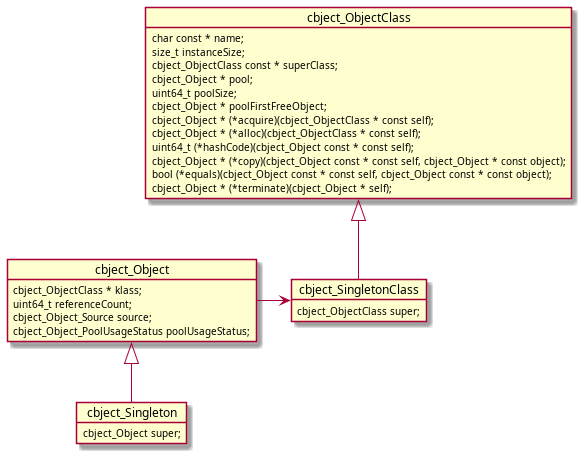
alexmarincu/Cbject keeps this PlantUML diagram as docs/media/diag-singleton.png. Above is the earlier version. The source it was exported from:
```plantuml
@startuml
object cbject_Singleton {
    cbject_Object super;
}
object cbject_SingletonClass {
    cbject_ObjectClass super;
}
object cbject_Object {
    cbject_ObjectClass * klass;
    uint64_t referenceCount;
    cbject_Object_Source source;
    cbject_Object_PoolUsageStatus poolUsageStatus;
}
object cbject_ObjectClass {
    char const * name;
    size_t instanceSize;
    cbject_ObjectClass const * superClass;
    cbject_Object * pool;
    uint64_t poolSize;
    cbject_Object * poolFirstFreeObject;
    cbject_Object * (*acquire)(cbject_ObjectClass * const self);
    cbject_Object * (*alloc)(cbject_ObjectClass * const self);
    uint64_t (*hashCode)(cbject_Object const * const self);
    cbject_Object * (*copy)(cbject_Object const * const self, cbject_Object * const object);
    bool (*equals)(cbject_Object const * const self, cbject_Object const * const object);
    cbject_Object * (*terminate)(cbject_Object * self);
}
cbject_Singleton -u-|> cbject_Object
cbject_Object -r-> cbject_SingletonClass
cbject_SingletonClass -u-|> cbject_ObjectClass
@enduml
```
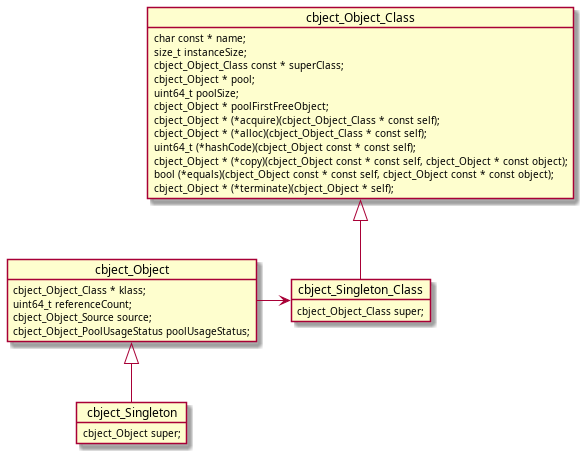
After the change.

Change to the diagram source:
```diff
@@ -2,30 +2,30 @@
 object cbject_Singleton {
     cbject_Object super;
 }
-object cbject_SingletonClass {
-    cbject_ObjectClass super;
+object cbject_Singleton_Class {
+    cbject_Object_Class super;
 }
 object cbject_Object {
-    cbject_ObjectClass * klass;
+    cbject_Object_Class * klass;
     uint64_t referenceCount;
     cbject_Object_Source source;
     cbject_Object_PoolUsageStatus poolUsageStatus;
 }
-object cbject_ObjectClass {
+object cbject_Object_Class {
     char const * name;
     size_t instanceSize;
-    cbject_ObjectClass const * superClass;
+    cbject_Object_Class const * superClass;
     cbject_Object * pool;
     uint64_t poolSize;
     cbject_Object * poolFirstFreeObject;
-    cbject_Object * (*acquire)(cbject_ObjectClass * const self);
-    cbject_Object * (*alloc)(cbject_ObjectClass * const self);
+    cbject_Object * (*acquire)(cbject_Object_Class * const self);
+    cbject_Object * (*alloc)(cbject_Object_Class * const self);
     uint64_t (*hashCode)(cbject_Object const * const self);
     cbject_Object * (*copy)(cbject_Object const * const self, cbject_Object * const object);
     bool (*equals)(cbject_Object const * const self, cbject_Object const * const object);
     cbject_Object * (*terminate)(cbject_Object * self);
 }
 cbject_Singleton -u-|> cbject_Object
-cbject_Object -r-> cbject_SingletonClass
-cbject_SingletonClass -u-|> cbject_ObjectClass
+cbject_Object -r-> cbject_Singleton_Class
+cbject_Singleton_Class -u-|> cbject_Object_Class
 @enduml
```
